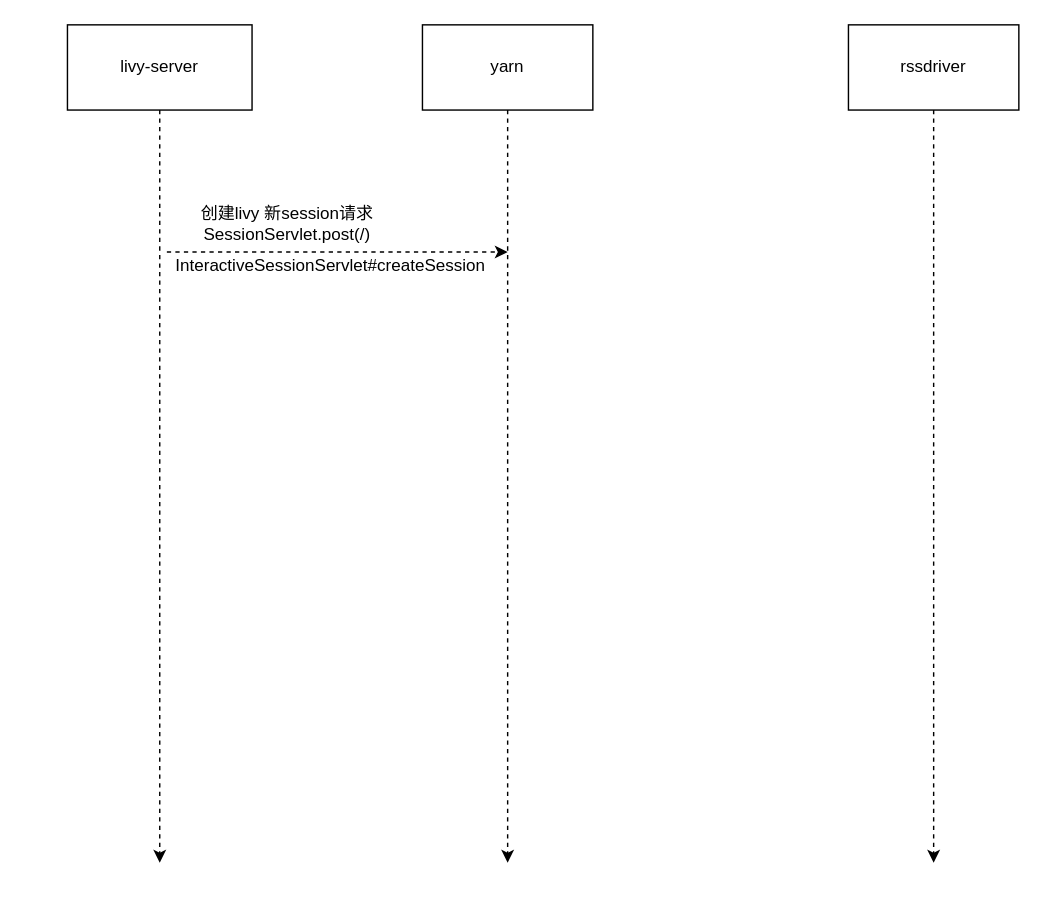
Above: livy-design.drawio in yuhuali1989/ui (draw.io), before the change. Source tidied: cells renumbered, new cells numbered last; positions are measured from the earlier drawing's top-left corner, leaving out a move shared by most shapes. Both pictures are drawn from the tidied source at 142%, with x=0, y=0 at pixel (67, 24).
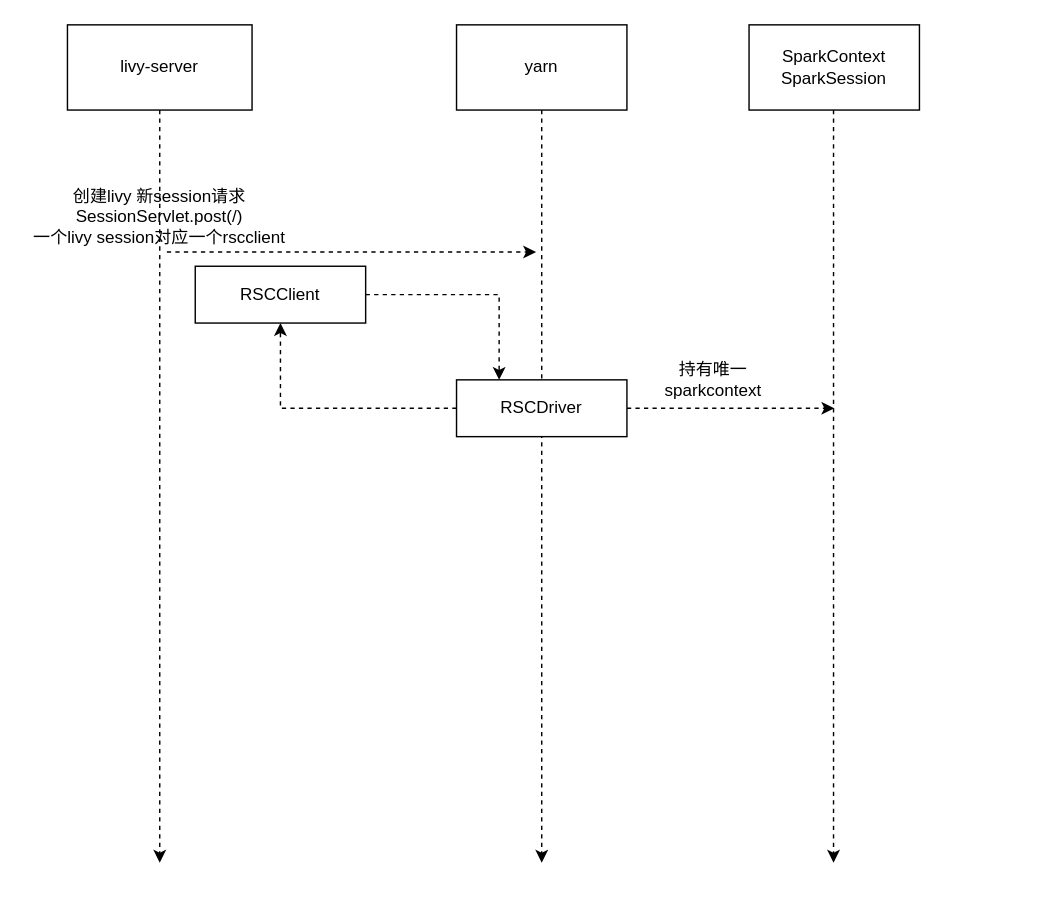
Above is the later version.

What changed in the source:
```diff
@@
     <mxCell id="4" style="edgeStyle=orthogonalEdgeStyle;jettySize=auto;html=1;rounded=0;dashed=1;" parent="1" edge="1" source="5">
       <mxGeometry relative="1" as="geometry">
-        <mxPoint x="310" y="590" as="targetPoint" />
+        <mxPoint x="334" y="590" as="targetPoint" />
       </mxGeometry>
     </mxCell>
     <mxCell id="5" value="yarn" style="rounded=0;whiteSpace=wrap;html=1;" parent="1" vertex="1">
-      <mxGeometry x="250" width="120" height="60" as="geometry" />
+      <mxGeometry x="274" width="120" height="60" as="geometry" />
     </mxCell>
-    <mxCell id="6" style="edgeStyle=orthogonalEdgeStyle;jettySize=auto;html=1;rounded=0;dashed=1;" parent="1" edge="1" source="7">
-      <mxGeometry relative="1" as="geometry">
-        <mxPoint x="610" y="590" as="targetPoint" />
-      </mxGeometry>
-    </mxCell>
-    <mxCell id="7" value="rssdriver" style="rounded=0;whiteSpace=wrap;html=1;" parent="1" vertex="1">
-      <mxGeometry x="550" width="120" height="60" as="geometry" />
-    </mxCell>
-    <mxCell id="8" value="创建livy 新session请求&lt;br&gt;SessionServlet.post(/)" style="text;html=1;strokeColor=none;fillColor=none;align=center;verticalAlign=middle;whiteSpace=wrap;rounded=0;" parent="1" vertex="1">
-      <mxGeometry x="80" y="130" width="150" height="20" as="geometry" />
+    <mxCell id="8" value="创建livy 新session请求&lt;br&gt;SessionServlet.post(/) &lt;br&gt;一个livy session对应一个rscclient" style="text;html=1;strokeColor=none;fillColor=none;align=center;verticalAlign=middle;whiteSpace=wrap;rounded=0;" parent="1" vertex="1">
+      <mxGeometry x="-30" y="110" width="190" height="50" as="geometry" />
     </mxCell>
     <mxCell id="9" style="endArrow=classic;html=1;dashed=1;" parent="1" edge="1">
       <mxGeometry relative="1" as="geometry">
         <mxPoint x="70" y="160" as="sourcePoint" />
-        <mxPoint x="310" y="160" as="targetPoint" />
+        <mxPoint x="330" y="160" as="targetPoint" />
       </mxGeometry>
     </mxCell>
-    <mxCell id="10" value="InteractiveSessionServlet#createSession" style="text;html=1;align=center;verticalAlign=middle;strokeColor=none;" parent="1" vertex="1">
-      <mxGeometry x="70" y="160" width="230" height="20" as="geometry" />
-    </mxCell>
+    <mxCell id="11" style="edgeStyle=orthogonalEdgeStyle;rounded=0;jettySize=auto;html=1;exitX=0;exitY=0.5;exitDx=0;exitDy=0;entryX=0.5;entryY=1;entryDx=0;entryDy=0;dashed=1;" parent="1" edge="1" source="13" target="15">
+      <mxGeometry relative="1" as="geometry" />
+    </mxCell>
+    <mxCell id="12" style="edgeStyle=orthogonalEdgeStyle;rounded=0;jettySize=auto;html=1;dashed=1;" parent="1" edge="1" source="13">
+      <mxGeometry relative="1" as="geometry">
+        <mxPoint x="540" y="270" as="targetPoint" />
+      </mxGeometry>
+    </mxCell>
+    <mxCell id="13" value="RSCDriver" style="rounded=0;whiteSpace=wrap;html=1;strokeColor=#000000;" parent="1" vertex="1">
+      <mxGeometry x="274" y="250" width="120" height="40" as="geometry" />
+    </mxCell>
+    <mxCell id="14" style="edgeStyle=orthogonalEdgeStyle;rounded=0;jettySize=auto;html=1;entryX=0.25;entryY=0;entryDx=0;entryDy=0;dashed=1;" parent="1" edge="1" source="15" target="13">
+      <mxGeometry relative="1" as="geometry" />
+    </mxCell>
+    <mxCell id="15" value="RSCClient" style="rounded=0;whiteSpace=wrap;html=1;strokeColor=#000000;" parent="1" vertex="1">
+      <mxGeometry x="90" y="170" width="120" height="40" as="geometry" />
+    </mxCell>
+    <mxCell id="16" value="SparkContext&lt;br&gt;SparkSession" style="rounded=0;whiteSpace=wrap;html=1;strokeColor=#000000;" parent="1" vertex="1">
+      <mxGeometry x="480" width="120" height="60" as="geometry" />
+    </mxCell>
+    <mxCell id="17" style="edgeStyle=orthogonalEdgeStyle;orthogonalLoop=1;jettySize=auto;html=1;rounded=0;dashed=1;" parent="1" edge="1">
+      <mxGeometry relative="1" as="geometry">
+        <mxPoint x="539.5" y="60" as="sourcePoint" />
+        <mxPoint x="539.5" y="590" as="targetPoint" />
+      </mxGeometry>
+    </mxCell>
+    <mxCell id="18" value="持有唯一sparkcontext" style="text;html=1;strokeColor=none;fillColor=none;align=center;verticalAlign=middle;whiteSpace=wrap;rounded=0;" parent="1" vertex="1">
+      <mxGeometry x="420" y="240" width="70" height="20" as="geometry" />
+    </mxCell>
```
